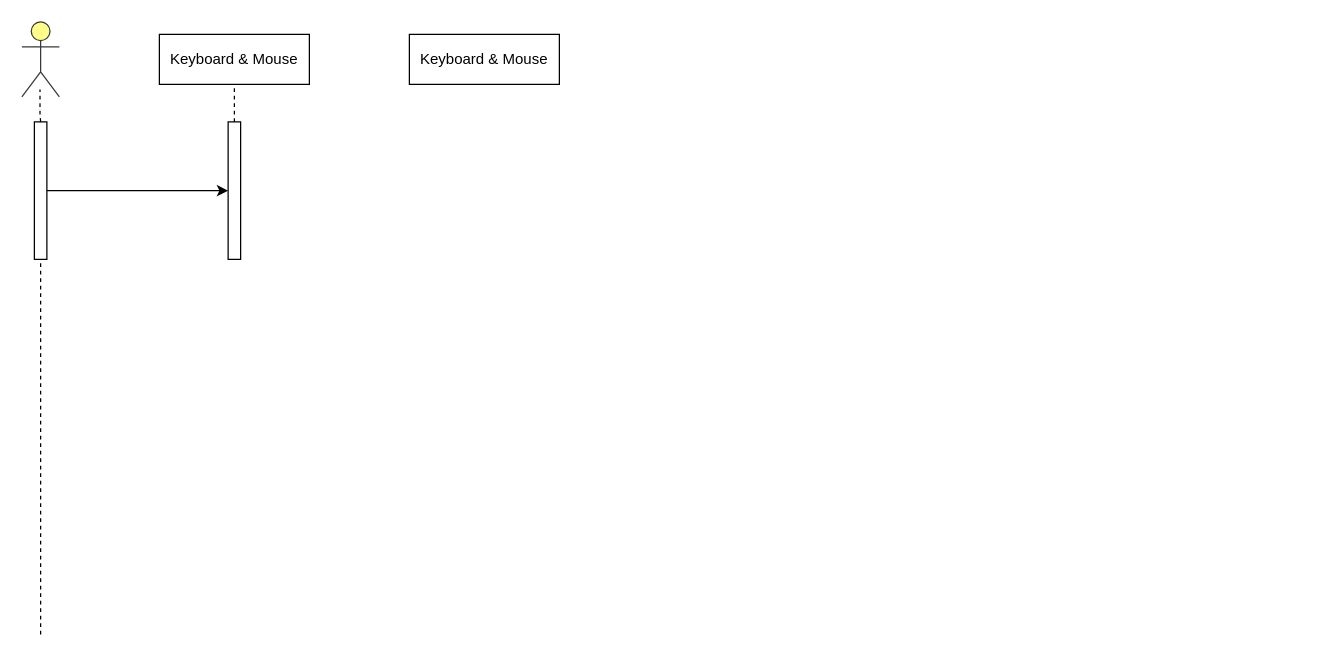
7Wcy/7Wcy keeps this draw.io diagram as 未命名绘图.drawio. Above is the earlier version. Source tidied: cells renumbered, new cells numbered last; positions are measured from the earlier drawing's top-left corner, leaving out a move shared by most shapes. Both pictures are drawn from the tidied source at 125%, with x=0, y=0 at pixel (21, 21).
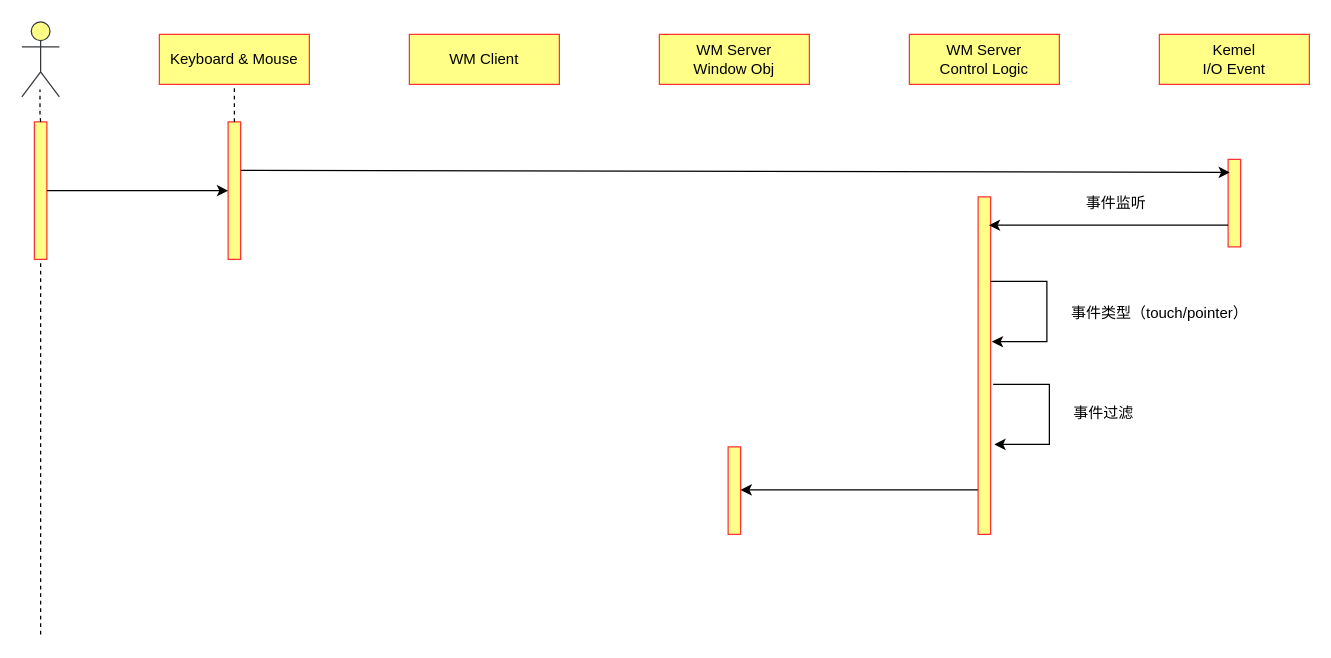
The same diagram, later.

Commit message (it also covers changes not shown here):
更新未命名绘图.drawio

What changed in the source:
```diff
@@
-    <mxCell id="4" style="rounded=0;whiteSpace=wrap;html=1;" parent="1" vertex="1">
+    <mxCell id="4" style="rounded=0;whiteSpace=wrap;html=1;fillColor=#ffff88;strokeColor=#FF3333;" parent="1" vertex="1">
       <mxGeometry x="10" y="80" width="10" height="110" as="geometry" />
     </mxCell>
-    <mxCell id="5" value="Keyboard &amp;amp; Mouse" style="rounded=0;whiteSpace=wrap;html=1;" parent="1" vertex="1">
+    <mxCell id="5" value="Keyboard &amp;amp; Mouse" style="rounded=0;whiteSpace=wrap;html=1;fillColor=#ffff88;strokeColor=#FF3333;" parent="1" vertex="1">
       <mxGeometry x="110" y="10" width="120" height="40" as="geometry" />
     </mxCell>
-    <mxCell id="6" style="rounded=0;whiteSpace=wrap;html=1;" parent="1" vertex="1">
+    <mxCell id="6" style="rounded=0;whiteSpace=wrap;html=1;fillColor=#ffff88;strokeColor=#FF3333;" parent="1" vertex="1">
       <mxGeometry x="165" y="80" width="10" height="110" as="geometry" />
     </mxCell>
@@
-    <mxCell id="10" value="Keyboard &amp;amp; Mouse" style="rounded=0;whiteSpace=wrap;html=1;" parent="1" vertex="1">
+    <mxCell id="10" value="WM Client" style="rounded=0;whiteSpace=wrap;html=1;fillColor=#ffff88;strokeColor=#FF3333;" parent="1" vertex="1">
       <mxGeometry x="310" y="10" width="120" height="40" as="geometry" />
     </mxCell>
+    <mxCell id="11" value="WM Server&lt;br&gt;Window Obj" style="rounded=0;whiteSpace=wrap;html=1;fillColor=#ffff88;strokeColor=#FF3333;" parent="1" vertex="1">
+      <mxGeometry x="510" y="10" width="120" height="40" as="geometry" />
+    </mxCell>
+    <mxCell id="12" value="WM Server&lt;br&gt;Control Logic" style="rounded=0;whiteSpace=wrap;html=1;fillColor=#ffff88;strokeColor=#FF3333;" parent="1" vertex="1">
+      <mxGeometry x="710" y="10" width="120" height="40" as="geometry" />
+    </mxCell>
+    <mxCell id="13" value="Kemel&lt;br&gt;I/O Event" style="rounded=0;whiteSpace=wrap;html=1;fillColor=#ffff88;strokeColor=#FF3333;" parent="1" vertex="1">
+      <mxGeometry x="910" y="10" width="120" height="40" as="geometry" />
+    </mxCell>
+    <mxCell id="14" style="rounded=0;whiteSpace=wrap;html=1;fillColor=#ffff88;strokeColor=#FF3333;" parent="1" vertex="1">
+      <mxGeometry x="965" y="110" width="10" height="70" as="geometry" />
+    </mxCell>
+    <mxCell id="15" style="endArrow=classic;html=1;rounded=0;exitX=1.02;exitY=0.353;exitDx=0;exitDy=0;entryX=0.14;entryY=0.149;entryDx=0;entryDy=0;entryPerimeter=0;exitPerimeter=0;" parent="1" edge="1" source="6" target="14">
+      <mxGeometry relative="1" as="geometry" />
+    </mxCell>
+    <mxCell id="16" style="rounded=0;whiteSpace=wrap;html=1;fillColor=#ffff88;strokeColor=#FF3333;" parent="1" vertex="1">
+      <mxGeometry x="765" y="140" width="10" height="270" as="geometry" />
+    </mxCell>
+    <mxCell id="17" style="edgeStyle=orthogonalEdgeStyle;rounded=0;jettySize=auto;html=1;exitX=0;exitY=0.75;exitDx=0;exitDy=0;entryX=0.86;entryY=0.084;entryDx=0;entryDy=0;entryPerimeter=0;" parent="1" edge="1" source="14" target="16">
+      <mxGeometry relative="1" as="geometry">
+        <Array as="points">
+          <mxPoint x="820" y="163" />
+          <mxPoint x="820" y="163" />
+        </Array>
+      </mxGeometry>
+    </mxCell>
+    <mxCell id="18" style="edgeStyle=orthogonalEdgeStyle;rounded=0;orthogonalLoop=1;jettySize=auto;html=1;exitX=1;exitY=0.25;exitDx=0;exitDy=0;entryX=1.1;entryY=0.429;entryDx=0;entryDy=0;entryPerimeter=0;" parent="1" edge="1" source="16" target="16">
+      <mxGeometry relative="1" as="geometry">
+        <Array as="points">
+          <mxPoint x="820" y="208" />
+          <mxPoint x="820" y="256" />
+        </Array>
+      </mxGeometry>
+    </mxCell>
+    <mxCell id="19" style="edgeStyle=orthogonalEdgeStyle;rounded=0;orthogonalLoop=1;jettySize=auto;html=1;exitX=1;exitY=0.25;exitDx=0;exitDy=0;entryX=1.1;entryY=0.429;entryDx=0;entryDy=0;entryPerimeter=0;" parent="1" edge="1">
+      <mxGeometry relative="1" as="geometry">
+        <mxPoint x="777" y="290" as="sourcePoint" />
+        <mxPoint x="778" y="338" as="targetPoint" />
+        <Array as="points">
+          <mxPoint x="822" y="290" />
+          <mxPoint x="822" y="338" />
+        </Array>
+      </mxGeometry>
+    </mxCell>
+    <mxCell id="20" value="事件监听" style="text;html=1;align=center;verticalAlign=middle;strokeColor=none;fillColor=none;" parent="1" vertex="1">
+      <mxGeometry x="840" y="130" width="70" height="30" as="geometry" />
+    </mxCell>
+    <mxCell id="21" value="事件类型（touch/pointer）" style="text;html=1;align=center;verticalAlign=middle;strokeColor=none;fillColor=none;" parent="1" vertex="1">
+      <mxGeometry x="830" y="218" width="160" height="30" as="geometry" />
+    </mxCell>
+    <mxCell id="22" value="事件过滤" style="text;html=1;align=center;verticalAlign=middle;strokeColor=none;fillColor=none;" parent="1" vertex="1">
+      <mxGeometry x="830" y="298" width="70" height="30" as="geometry" />
+    </mxCell>
+    <mxCell id="23" style="rounded=0;whiteSpace=wrap;html=1;fillColor=#ffff88;strokeColor=#FF3333;" parent="1" vertex="1">
+      <mxGeometry x="565" y="340" width="10" height="70" as="geometry" />
+    </mxCell>
+    <mxCell id="24" style="edgeStyle=orthogonalEdgeStyle;rounded=0;jettySize=auto;html=1;entryX=0.86;entryY=0.084;entryDx=0;entryDy=0;entryPerimeter=0;exitX=-0.025;exitY=0.868;exitDx=0;exitDy=0;exitPerimeter=0;" parent="1" edge="1" source="16">
+      <mxGeometry relative="1" as="geometry">
+        <mxPoint x="575" y="374.4" as="targetPoint" />
+      </mxGeometry>
+    </mxCell>
```
